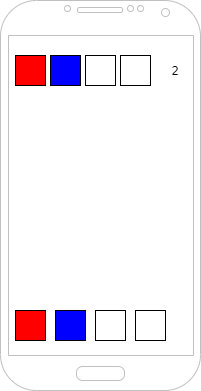
Above: docs/img/wireframe.png in John-Jaramillo/codebreaker-android (draw.io), before the change. Source tidied: cells renumbered, new cells last; positions are measured from the earlier drawing's top-left corner, leaving out a move shared by most shapes. The source it was exported from:
```xml
<mxGraphModel>
  <root>
    <mxCell id="0" />
    <mxCell id="1" parent="0" />
    <mxCell id="2" style="verticalLabelPosition=bottom;verticalAlign=top;html=1;shadow=0;dashed=0;strokeWidth=1;shape=mxgraph.android.phone2;strokeColor=#c0c0c0;" parent="1" vertex="1">
      <mxGeometry width="200" height="390" as="geometry" />
    </mxCell>
    <mxCell id="3" style="rounded=0;whiteSpace=wrap;html=1;fillColor=#FF0000;" parent="1" vertex="1">
      <mxGeometry x="15" y="310" width="30" height="30" as="geometry" />
    </mxCell>
    <mxCell id="4" style="rounded=0;whiteSpace=wrap;html=1;fillColor=#0000FF;" parent="1" vertex="1">
      <mxGeometry x="55" y="310" width="30" height="30" as="geometry" />
    </mxCell>
    <mxCell id="5" style="rounded=0;whiteSpace=wrap;html=1;" parent="1" vertex="1">
      <mxGeometry x="95" y="310" width="30" height="30" as="geometry" />
    </mxCell>
    <mxCell id="6" style="rounded=0;whiteSpace=wrap;html=1;" parent="1" vertex="1">
      <mxGeometry x="135" y="310" width="30" height="30" as="geometry" />
    </mxCell>
    <mxCell id="7" style="rounded=0;whiteSpace=wrap;html=1;fillColor=#FF0000;" parent="1" vertex="1">
      <mxGeometry x="15" y="55" width="30" height="30" as="geometry" />
    </mxCell>
    <mxCell id="8" style="rounded=0;whiteSpace=wrap;html=1;fillColor=#0000FF;" parent="1" vertex="1">
      <mxGeometry x="50" y="55" width="30" height="30" as="geometry" />
    </mxCell>
    <mxCell id="9" style="rounded=0;whiteSpace=wrap;html=1;" parent="1" vertex="1">
      <mxGeometry x="85" y="55" width="30" height="30" as="geometry" />
    </mxCell>
    <mxCell id="10" style="rounded=0;whiteSpace=wrap;html=1;" parent="1" vertex="1">
      <mxGeometry x="120" y="55" width="30" height="30" as="geometry" />
    </mxCell>
    <mxCell id="11" value="2" style="text;html=1;strokeColor=none;fillColor=none;align=center;verticalAlign=middle;whiteSpace=wrap;rounded=0;" parent="1" vertex="1">
      <mxGeometry x="160" y="55" width="30" height="30" as="geometry" />
    </mxCell>
  </root>
</mxGraphModel>
```
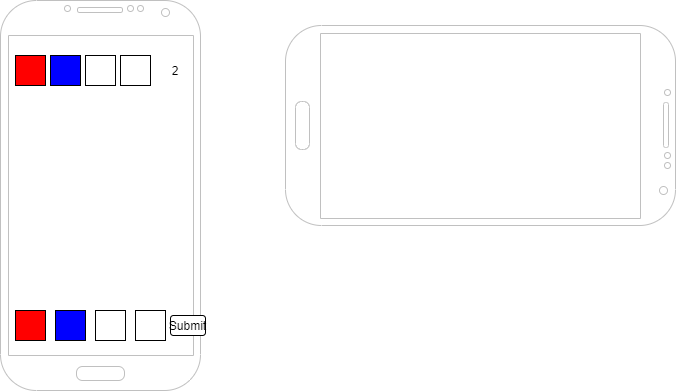
After the change.

The edit, as a diff of the source:
```diff
@@ -32,5 +32,20 @@
     <mxCell id="11" value="2" style="text;html=1;strokeColor=none;fillColor=none;align=center;verticalAlign=middle;whiteSpace=wrap;rounded=0;" parent="1" vertex="1">
       <mxGeometry x="160" y="55" width="30" height="30" as="geometry" />
     </mxCell>
+    <mxCell id="12" style="group;" parent="1" vertex="1">
+      <mxGeometry x="170" y="315" width="35" height="20" as="geometry" />
+    </mxCell>
+    <mxCell id="13" style="group;" parent="12" vertex="1">
+      <mxGeometry width="35" height="20" as="geometry" />
+    </mxCell>
+    <mxCell id="14" style="rounded=1;whiteSpace=wrap;html=1;" parent="13" vertex="1">
+      <mxGeometry width="35" height="20" as="geometry" />
+    </mxCell>
+    <mxCell id="15" value="Submit" style="text;html=1;strokeColor=none;fillColor=none;align=center;verticalAlign=middle;whiteSpace=wrap;rounded=0;" parent="13" vertex="1">
+      <mxGeometry x="2.9" y="3.3" width="29.2" height="13.3" as="geometry" />
+    </mxCell>
+    <mxCell id="16" style="verticalLabelPosition=bottom;verticalAlign=top;html=1;shadow=0;dashed=0;strokeWidth=1;shape=mxgraph.android.phone2;strokeColor=#c0c0c0;direction=south;" parent="1" vertex="1">
+      <mxGeometry x="285" y="25" width="390" height="200" as="geometry" />
+    </mxCell>
   </root>
 </mxGraphModel>
```
